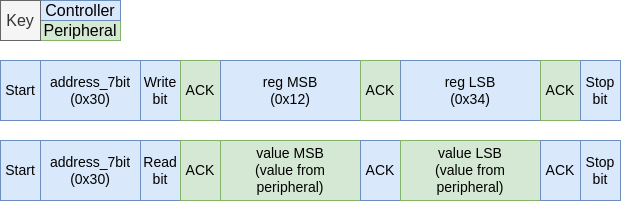
Earlier version of the draw.io export docs/modules/peripherals/images/I2C_Controller_Read_16_Bit_Register.png (AdamVeazey/edf). Source tidied: cells renumbered, new cells last; positions are measured from the earlier drawing's top-left corner, leaving out a move shared by most shapes.
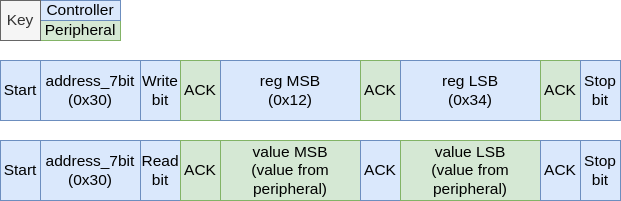
Later version of the same file.

Change to the diagram source:
```diff
@@ -2,67 +2,67 @@
   <root>
     <mxCell id="0" />
     <mxCell id="1" parent="0" />
-    <mxCell id="2" value="Peripheral" style="rounded=0;whiteSpace=wrap;html=1;fillColor=#d5e8d4;strokeColor=#82b366;fontSize=16;" parent="1" vertex="1">
+    <mxCell id="2" value="Peripheral" style="rounded=0;whiteSpace=wrap;html=1;fillColor=#d5e8d4;strokeColor=#82b366;fontSize=15.5;fontFamily=Helvetica;labelBorderColor=none;" parent="1" vertex="1">
       <mxGeometry x="40" y="20" width="80" height="20" as="geometry" />
     </mxCell>
-    <mxCell id="3" value="Controller" style="rounded=0;whiteSpace=wrap;html=1;fillColor=#dae8fc;strokeColor=#6c8ebf;fontSize=16;" parent="1" vertex="1">
+    <mxCell id="3" value="Controller" style="rounded=0;whiteSpace=wrap;html=1;fillColor=#dae8fc;strokeColor=#6c8ebf;fontSize=15.5;fontFamily=Helvetica;labelBorderColor=none;" parent="1" vertex="1">
       <mxGeometry x="40" width="80" height="20" as="geometry" />
     </mxCell>
-    <mxCell id="4" value="Start" style="rounded=0;whiteSpace=wrap;html=1;fillColor=#dae8fc;strokeColor=#6c8ebf;fontSize=14;" parent="1" vertex="1">
+    <mxCell id="4" value="Start" style="rounded=0;whiteSpace=wrap;html=1;fillColor=#dae8fc;strokeColor=#6c8ebf;fontSize=15.5;fontFamily=Helvetica;labelBorderColor=none;" parent="1" vertex="1">
       <mxGeometry y="60" width="40" height="60" as="geometry" />
     </mxCell>
-    <mxCell id="5" value="address_7bit&lt;div style=&quot;font-size: 14px;&quot;&gt;(0x30)&lt;/div&gt;" style="rounded=0;whiteSpace=wrap;html=1;fillColor=#dae8fc;strokeColor=#6c8ebf;fontSize=14;" parent="1" vertex="1">
+    <mxCell id="5" value="address_7bit&lt;div style=&quot;font-size: 15.5px;&quot;&gt;(0x30)&lt;/div&gt;" style="rounded=0;whiteSpace=wrap;html=1;fillColor=#dae8fc;strokeColor=#6c8ebf;fontSize=15.5;fontFamily=Helvetica;labelBorderColor=none;" parent="1" vertex="1">
       <mxGeometry x="40" y="60" width="100" height="60" as="geometry" />
     </mxCell>
-    <mxCell id="6" value="Write bit" style="rounded=0;whiteSpace=wrap;html=1;fontSize=14;fillColor=#dae8fc;strokeColor=#6c8ebf;" parent="1" vertex="1">
+    <mxCell id="6" value="Write bit" style="rounded=0;whiteSpace=wrap;html=1;fontSize=15.5;fillColor=#dae8fc;strokeColor=#6c8ebf;fontFamily=Helvetica;labelBorderColor=none;" parent="1" vertex="1">
       <mxGeometry x="140" y="60" width="40" height="60" as="geometry" />
     </mxCell>
-    <mxCell id="7" value="ACK" style="rounded=0;whiteSpace=wrap;html=1;fontSize=14;fillColor=#d5e8d4;strokeColor=#82b366;" parent="1" vertex="1">
+    <mxCell id="7" value="ACK" style="rounded=0;whiteSpace=wrap;html=1;fontSize=15.5;fillColor=#d5e8d4;strokeColor=#82b366;fontFamily=Helvetica;labelBorderColor=none;" parent="1" vertex="1">
       <mxGeometry x="180" y="60" width="40" height="60" as="geometry" />
     </mxCell>
-    <mxCell id="8" value="reg MSB&lt;div style=&quot;font-size: 14px;&quot;&gt;&lt;div style=&quot;font-size: 14px;&quot;&gt;(0x12)&lt;/div&gt;&lt;/div&gt;" style="rounded=0;whiteSpace=wrap;html=1;fillColor=#dae8fc;strokeColor=#6c8ebf;fontSize=14;" parent="1" vertex="1">
+    <mxCell id="8" value="reg MSB&lt;div style=&quot;font-size: 15.5px;&quot;&gt;&lt;div style=&quot;font-size: 15.5px;&quot;&gt;(0x12)&lt;/div&gt;&lt;/div&gt;" style="rounded=0;whiteSpace=wrap;html=1;fillColor=#dae8fc;strokeColor=#6c8ebf;fontSize=15.5;fontFamily=Helvetica;labelBorderColor=none;" parent="1" vertex="1">
       <mxGeometry x="220" y="60" width="140" height="60" as="geometry" />
     </mxCell>
-    <mxCell id="9" value="ACK" style="rounded=0;whiteSpace=wrap;html=1;fontSize=14;fillColor=#d5e8d4;strokeColor=#82b366;" parent="1" vertex="1">
+    <mxCell id="9" value="ACK" style="rounded=0;whiteSpace=wrap;html=1;fontSize=15.5;fillColor=#d5e8d4;strokeColor=#82b366;fontFamily=Helvetica;labelBorderColor=none;" parent="1" vertex="1">
       <mxGeometry x="360" y="60" width="40" height="60" as="geometry" />
     </mxCell>
-    <mxCell id="10" value="reg LSB&lt;div style=&quot;font-size: 14px;&quot;&gt;(0x34)&lt;/div&gt;" style="rounded=0;whiteSpace=wrap;html=1;fillColor=#dae8fc;strokeColor=#6c8ebf;fontSize=14;" parent="1" vertex="1">
+    <mxCell id="10" value="reg LSB&lt;div style=&quot;font-size: 15.5px;&quot;&gt;(0x34)&lt;/div&gt;" style="rounded=0;whiteSpace=wrap;html=1;fillColor=#dae8fc;strokeColor=#6c8ebf;fontSize=15.5;fontFamily=Helvetica;labelBorderColor=none;" parent="1" vertex="1">
       <mxGeometry x="400" y="60" width="140" height="60" as="geometry" />
     </mxCell>
-    <mxCell id="11" value="ACK" style="rounded=0;whiteSpace=wrap;html=1;fontSize=14;fillColor=#d5e8d4;strokeColor=#82b366;" parent="1" vertex="1">
+    <mxCell id="11" value="ACK" style="rounded=0;whiteSpace=wrap;html=1;fontSize=15.5;fillColor=#d5e8d4;strokeColor=#82b366;fontFamily=Helvetica;labelBorderColor=none;" parent="1" vertex="1">
       <mxGeometry x="540" y="60" width="40" height="60" as="geometry" />
     </mxCell>
-    <mxCell id="12" value="Stop&lt;br style=&quot;font-size: 14px;&quot;&gt;bit" style="rounded=0;whiteSpace=wrap;html=1;fontSize=14;fillColor=#dae8fc;strokeColor=#6c8ebf;" parent="1" vertex="1">
+    <mxCell id="12" value="Stop&lt;br style=&quot;font-size: 15.5px;&quot;&gt;bit" style="rounded=0;whiteSpace=wrap;html=1;fontSize=15.5;fillColor=#dae8fc;strokeColor=#6c8ebf;fontFamily=Helvetica;labelBorderColor=none;" parent="1" vertex="1">
       <mxGeometry x="580" y="60" width="40" height="60" as="geometry" />
     </mxCell>
-    <mxCell id="13" value="Key" style="rounded=0;whiteSpace=wrap;html=1;fontSize=16;fillColor=#f5f5f5;fontColor=#333333;strokeColor=#666666;" parent="1" vertex="1">
+    <mxCell id="13" value="Key" style="rounded=0;whiteSpace=wrap;html=1;fontSize=15.5;fillColor=#f5f5f5;fontColor=#333333;strokeColor=#666666;fontFamily=Helvetica;labelBorderColor=none;" parent="1" vertex="1">
       <mxGeometry width="40" height="40" as="geometry" />
     </mxCell>
-    <mxCell id="14" value="value MSB&lt;div style=&quot;font-size: 14px;&quot;&gt;&lt;div style=&quot;font-size: 14px;&quot;&gt;(value from peripheral)&lt;/div&gt;&lt;/div&gt;" style="rounded=0;whiteSpace=wrap;html=1;fillColor=#d5e8d4;strokeColor=#82b366;fontSize=14;" parent="1" vertex="1">
+    <mxCell id="14" value="value MSB&lt;div style=&quot;font-size: 15.5px;&quot;&gt;&lt;div style=&quot;font-size: 15.5px;&quot;&gt;(value from peripheral)&lt;/div&gt;&lt;/div&gt;" style="rounded=0;whiteSpace=wrap;html=1;fillColor=#d5e8d4;strokeColor=#82b366;fontSize=15.5;fontFamily=Helvetica;labelBorderColor=none;" parent="1" vertex="1">
       <mxGeometry x="220" y="140" width="140" height="60" as="geometry" />
     </mxCell>
-    <mxCell id="15" value="ACK" style="rounded=0;whiteSpace=wrap;html=1;fontSize=14;fillColor=#dae8fc;strokeColor=#6c8ebf;" parent="1" vertex="1">
+    <mxCell id="15" value="ACK" style="rounded=0;whiteSpace=wrap;html=1;fontSize=15.5;fillColor=#dae8fc;strokeColor=#6c8ebf;fontFamily=Helvetica;labelBorderColor=none;" parent="1" vertex="1">
       <mxGeometry x="360" y="140" width="40" height="60" as="geometry" />
     </mxCell>
-    <mxCell id="16" value="value LSB&lt;div style=&quot;font-size: 14px;&quot;&gt;(value from peripheral)&lt;/div&gt;" style="rounded=0;whiteSpace=wrap;html=1;fillColor=#d5e8d4;strokeColor=#82b366;fontSize=14;" parent="1" vertex="1">
+    <mxCell id="16" value="value LSB&lt;div style=&quot;font-size: 15.5px;&quot;&gt;(value from peripheral)&lt;/div&gt;" style="rounded=0;whiteSpace=wrap;html=1;fillColor=#d5e8d4;strokeColor=#82b366;fontSize=15.5;fontFamily=Helvetica;labelBorderColor=none;" parent="1" vertex="1">
       <mxGeometry x="400" y="140" width="140" height="60" as="geometry" />
     </mxCell>
-    <mxCell id="17" value="ACK" style="rounded=0;whiteSpace=wrap;html=1;fontSize=14;fillColor=#dae8fc;strokeColor=#6c8ebf;" parent="1" vertex="1">
+    <mxCell id="17" value="ACK" style="rounded=0;whiteSpace=wrap;html=1;fontSize=15.5;fillColor=#dae8fc;strokeColor=#6c8ebf;fontFamily=Helvetica;labelBorderColor=none;" parent="1" vertex="1">
       <mxGeometry x="540" y="140" width="40" height="60" as="geometry" />
     </mxCell>
-    <mxCell id="18" value="Stop&lt;br style=&quot;font-size: 14px;&quot;&gt;bit" style="rounded=0;whiteSpace=wrap;html=1;fontSize=14;fillColor=#dae8fc;strokeColor=#6c8ebf;" parent="1" vertex="1">
+    <mxCell id="18" value="Stop&lt;br style=&quot;font-size: 15.5px;&quot;&gt;bit" style="rounded=0;whiteSpace=wrap;html=1;fontSize=15.5;fillColor=#dae8fc;strokeColor=#6c8ebf;fontFamily=Helvetica;labelBorderColor=none;" parent="1" vertex="1">
       <mxGeometry x="580" y="140" width="40" height="60" as="geometry" />
     </mxCell>
-    <mxCell id="19" value="Start" style="rounded=0;whiteSpace=wrap;html=1;fillColor=#dae8fc;strokeColor=#6c8ebf;fontSize=14;" parent="1" vertex="1">
+    <mxCell id="19" value="Start" style="rounded=0;whiteSpace=wrap;html=1;fillColor=#dae8fc;strokeColor=#6c8ebf;fontSize=15.5;fontFamily=Helvetica;labelBorderColor=none;" parent="1" vertex="1">
       <mxGeometry y="140" width="40" height="60" as="geometry" />
     </mxCell>
-    <mxCell id="20" value="address_7bit&lt;div style=&quot;font-size: 14px;&quot;&gt;(0x30)&lt;/div&gt;" style="rounded=0;whiteSpace=wrap;html=1;fillColor=#dae8fc;strokeColor=#6c8ebf;fontSize=14;" parent="1" vertex="1">
+    <mxCell id="20" value="address_7bit&lt;div style=&quot;font-size: 15.5px;&quot;&gt;(0x30)&lt;/div&gt;" style="rounded=0;whiteSpace=wrap;html=1;fillColor=#dae8fc;strokeColor=#6c8ebf;fontSize=15.5;fontFamily=Helvetica;labelBorderColor=none;" parent="1" vertex="1">
       <mxGeometry x="40" y="140" width="100" height="60" as="geometry" />
     </mxCell>
-    <mxCell id="21" value="Read bit" style="rounded=0;whiteSpace=wrap;html=1;fontSize=14;fillColor=#dae8fc;strokeColor=#6c8ebf;" parent="1" vertex="1">
+    <mxCell id="21" value="Read bit" style="rounded=0;whiteSpace=wrap;html=1;fontSize=15.5;fillColor=#dae8fc;strokeColor=#6c8ebf;fontFamily=Helvetica;labelBorderColor=none;" parent="1" vertex="1">
       <mxGeometry x="140" y="140" width="40" height="60" as="geometry" />
     </mxCell>
-    <mxCell id="22" value="ACK" style="rounded=0;whiteSpace=wrap;html=1;fontSize=14;fillColor=#d5e8d4;strokeColor=#82b366;" parent="1" vertex="1">
+    <mxCell id="22" value="ACK" style="rounded=0;whiteSpace=wrap;html=1;fontSize=15.5;fillColor=#d5e8d4;strokeColor=#82b366;fontFamily=Helvetica;labelBorderColor=none;" parent="1" vertex="1">
       <mxGeometry x="180" y="140" width="40" height="60" as="geometry" />
     </mxCell>
   </root>
```
